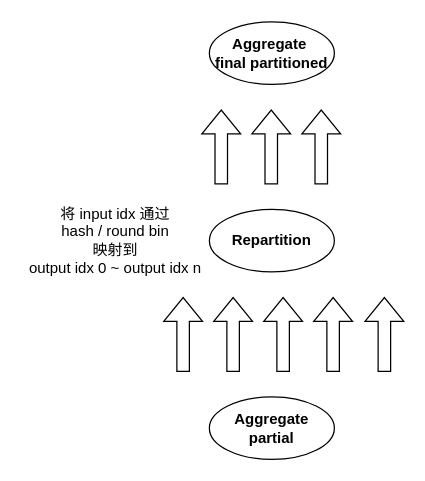
The draw.io diagram exchange.drawio in Rachelint/drawio-store, before the edit. Source tidied: cells renumbered, new cells numbered last; positions are measured from the earlier drawing's top-left corner, leaving out a move shared by most shapes. Both pictures are drawn from the tidied source at 125%, with x=0, y=0 at pixel (21, 21).
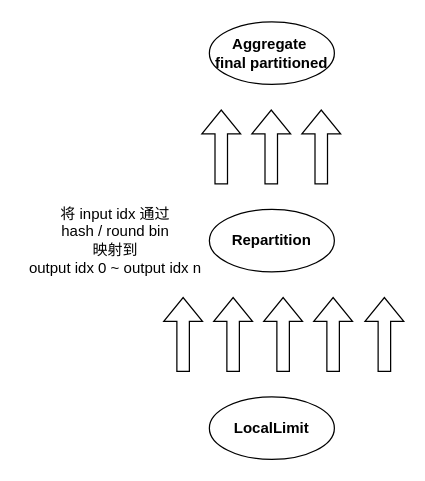
The same page after the edit.

Change to the diagram source:
```diff
@@
-    <mxCell id="3" value="&lt;b&gt;Aggregate partial&lt;/b&gt;" style="ellipse;whiteSpace=wrap;html=1;" parent="1" vertex="1">
+    <mxCell id="3" value="&lt;b&gt;LocalLimit&lt;/b&gt;" style="ellipse;whiteSpace=wrap;html=1;" parent="1" vertex="1">
       <mxGeometry x="150" y="300" width="100" height="50" as="geometry" />
     </mxCell>
```
